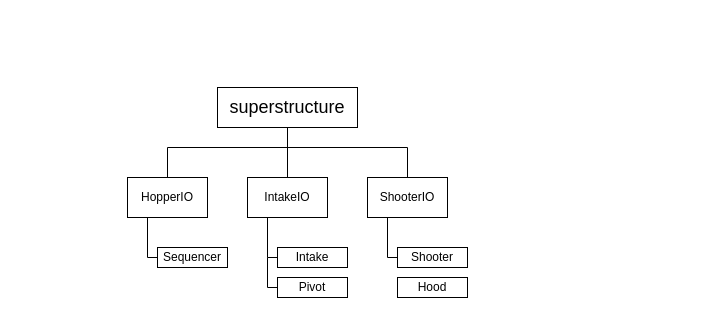
Above: subsystem.drawio in FRCCriticalCircuits/RobotCode2026 (draw.io), before the change. Source tidied: cells renumbered, new cells numbered last; positions are measured from the earlier drawing's top-left corner, leaving out a move shared by most shapes. Both pictures are drawn from the tidied source at 100%, with x=0, y=0 at pixel (127, 87).
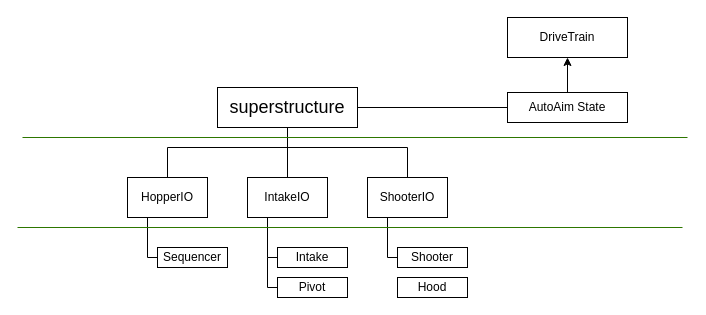
The same diagram, later.

The change refers to these unchanged cells:
```xml
<mxCell id="5" value="&lt;font style=&quot;font-size: 18px;&quot;&gt;superstructure&lt;/font&gt;" style="whiteSpace=wrap;html=1;" parent="1" vertex="1">
  <mxGeometry x="90" width="140" height="40" as="geometry" />
</mxCell>
```

What changed in the source:
```diff
@@
+    <mxCell id="23" style="endArrow=none;html=1;rounded=0;entryX=1;entryY=0.5;entryDx=0;entryDy=0;exitX=0;exitY=0.5;exitDx=0;exitDy=0;" parent="1" edge="1" source="25" target="5">
+      <mxGeometry relative="1" as="geometry" />
+    </mxCell>
+    <mxCell id="24" style="edgeStyle=orthogonalEdgeStyle;rounded=0;jettySize=auto;html=1;" parent="1" edge="1" source="25" target="26">
+      <mxGeometry relative="1" as="geometry" />
+    </mxCell>
+    <mxCell id="25" value="AutoAim State" style="rounded=0;whiteSpace=wrap;html=1;" parent="1" vertex="1">
+      <mxGeometry x="380" y="5" width="120" height="30" as="geometry" />
+    </mxCell>
+    <mxCell id="26" value="DriveTrain" style="whiteSpace=wrap;html=1;rounded=0;" parent="1" vertex="1">
+      <mxGeometry x="380" y="-70" width="120" height="40" as="geometry" />
+    </mxCell>
+    <mxCell id="27" style="endArrow=none;html=1;rounded=0;fontColor=light-dark(#000000,#0CFF00);fillColor=#60a917;strokeColor=#2D7600;" parent="1" edge="1">
+      <mxGeometry relative="1" as="geometry">
+        <mxPoint x="-105" y="50" as="sourcePoint" />
+        <mxPoint x="560" y="50" as="targetPoint" />
+      </mxGeometry>
+    </mxCell>
+    <mxCell id="28" style="endArrow=none;html=1;rounded=0;fontColor=light-dark(#000000,#0CFF00);fillColor=#60a917;strokeColor=#2D7600;" parent="1" edge="1">
+      <mxGeometry relative="1" as="geometry">
+        <mxPoint x="-110" y="140" as="sourcePoint" />
+        <mxPoint x="555" y="140" as="targetPoint" />
+      </mxGeometry>
+    </mxCell>
```
